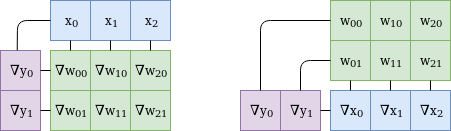
Earlier version of the draw.io export assets/images/fully_conn_backward.png (m-a-h-e/m-a-h-e.github.io). Source tidied: cells renumbered, new cells last; positions are measured from the earlier drawing's top-left corner, leaving out a move shared by most shapes. Source of this version:
```xml
<mxGraphModel>
  <root>
    <mxCell id="0" />
    <mxCell id="1" parent="0" />
    <mxCell id="2" value="x&lt;sub&gt;0&lt;/sub&gt;" style="rounded=0;whiteSpace=wrap;html=1;fillColor=#dae8fc;strokeColor=#6c8ebf;" parent="1" vertex="1">
      <mxGeometry x="50" width="40" height="40" as="geometry" />
    </mxCell>
    <mxCell id="3" value="x&lt;sub&gt;1&lt;/sub&gt;" style="rounded=0;whiteSpace=wrap;html=1;fillColor=#dae8fc;strokeColor=#6c8ebf;" parent="1" vertex="1">
      <mxGeometry x="90" width="40" height="40" as="geometry" />
    </mxCell>
    <mxCell id="4" value="x&lt;sub&gt;2&lt;/sub&gt;" style="rounded=0;whiteSpace=wrap;html=1;fillColor=#dae8fc;strokeColor=#6c8ebf;" parent="1" vertex="1">
      <mxGeometry x="130" width="40" height="40" as="geometry" />
    </mxCell>
    <mxCell id="5" value="&lt;font style=&quot;font-size: 14px&quot;&gt;∇&lt;/font&gt;w&lt;sub&gt;00&lt;/sub&gt;" style="whiteSpace=wrap;html=1;fillColor=#d5e8d4;strokeColor=#82b366;" parent="1" vertex="1">
      <mxGeometry x="50" y="50" width="40" height="40" as="geometry" />
    </mxCell>
    <mxCell id="6" value="&lt;font style=&quot;font-size: 14px&quot;&gt;∇&lt;/font&gt;w&lt;sub&gt;10&lt;/sub&gt;" style="whiteSpace=wrap;html=1;fillColor=#d5e8d4;strokeColor=#82b366;" parent="1" vertex="1">
      <mxGeometry x="90" y="50" width="40" height="40" as="geometry" />
    </mxCell>
    <mxCell id="7" value="&lt;font style=&quot;font-size: 14px&quot;&gt;∇&lt;/font&gt;w&lt;sub&gt;20&lt;/sub&gt;" style="whiteSpace=wrap;html=1;fillColor=#d5e8d4;strokeColor=#82b366;" parent="1" vertex="1">
      <mxGeometry x="130" y="50" width="40" height="40" as="geometry" />
    </mxCell>
    <mxCell id="8" value="&lt;font style=&quot;font-size: 14px&quot;&gt;∇&lt;/font&gt;w&lt;sub&gt;01&lt;/sub&gt;" style="whiteSpace=wrap;html=1;fillColor=#d5e8d4;strokeColor=#82b366;" parent="1" vertex="1">
      <mxGeometry x="50" y="90" width="40" height="40" as="geometry" />
    </mxCell>
    <mxCell id="9" value="&lt;font style=&quot;font-size: 14px&quot;&gt;∇&lt;/font&gt;w&lt;sub&gt;11&lt;/sub&gt;" style="whiteSpace=wrap;html=1;fillColor=#d5e8d4;strokeColor=#82b366;" parent="1" vertex="1">
      <mxGeometry x="90" y="90" width="40" height="40" as="geometry" />
    </mxCell>
    <mxCell id="10" value="&lt;font style=&quot;font-size: 14px&quot;&gt;∇&lt;/font&gt;w&lt;sub&gt;21&lt;/sub&gt;" style="whiteSpace=wrap;html=1;fillColor=#d5e8d4;strokeColor=#82b366;" parent="1" vertex="1">
      <mxGeometry x="130" y="90" width="40" height="40" as="geometry" />
    </mxCell>
    <mxCell id="11" value="&lt;font style=&quot;font-size: 14px&quot;&gt;∇&lt;/font&gt;y&lt;sub&gt;0&lt;/sub&gt;" style="rounded=0;whiteSpace=wrap;html=1;fillColor=#e1d5e7;strokeColor=#9673a6;" parent="1" vertex="1">
      <mxGeometry y="50" width="40" height="40" as="geometry" />
    </mxCell>
    <mxCell id="12" value="&lt;font style=&quot;font-size: 14px&quot;&gt;∇&lt;/font&gt;y&lt;sub&gt;1&lt;/sub&gt;" style="rounded=0;whiteSpace=wrap;html=1;fillColor=#e1d5e7;strokeColor=#9673a6;" parent="1" vertex="1">
      <mxGeometry y="90" width="40" height="40" as="geometry" />
    </mxCell>
    <mxCell id="13" style="endArrow=none;html=1;entryX=0;entryY=0.5;entryDx=0;entryDy=0;exitX=1;exitY=0.5;exitDx=0;exitDy=0;" parent="1" edge="1" source="11" target="5">
      <mxGeometry relative="1" as="geometry" />
    </mxCell>
    <mxCell id="14" style="endArrow=none;html=1;entryX=0;entryY=0.5;entryDx=0;entryDy=0;exitX=1;exitY=0.5;exitDx=0;exitDy=0;" parent="1" edge="1" source="12" target="8">
      <mxGeometry relative="1" as="geometry" />
    </mxCell>
    <mxCell id="15" style="endArrow=none;html=1;entryX=0.5;entryY=1;entryDx=0;entryDy=0;exitX=0.5;exitY=0;exitDx=0;exitDy=0;" parent="1" edge="1" source="5" target="2">
      <mxGeometry relative="1" as="geometry" />
    </mxCell>
    <mxCell id="16" style="endArrow=none;html=1;entryX=0.5;entryY=1;entryDx=0;entryDy=0;exitX=0.5;exitY=0;exitDx=0;exitDy=0;" parent="1" edge="1" source="6" target="3">
      <mxGeometry relative="1" as="geometry" />
    </mxCell>
    <mxCell id="17" style="endArrow=none;html=1;entryX=0.5;entryY=1;entryDx=0;entryDy=0;exitX=0.5;exitY=0;exitDx=0;exitDy=0;" parent="1" edge="1" source="7" target="4">
      <mxGeometry relative="1" as="geometry" />
    </mxCell>
    <mxCell id="18" value="&lt;font style=&quot;font-size: 14px&quot;&gt;∇&lt;/font&gt;x&lt;sub&gt;0&lt;/sub&gt;" style="rounded=0;whiteSpace=wrap;html=1;fillColor=#dae8fc;strokeColor=#6c8ebf;" parent="1" vertex="1">
      <mxGeometry x="330" y="90" width="40" height="40" as="geometry" />
    </mxCell>
    <mxCell id="19" value="&lt;font style=&quot;font-size: 14px&quot;&gt;∇&lt;/font&gt;x&lt;sub&gt;1&lt;/sub&gt;" style="rounded=0;whiteSpace=wrap;html=1;fillColor=#dae8fc;strokeColor=#6c8ebf;" parent="1" vertex="1">
      <mxGeometry x="370" y="90" width="40" height="40" as="geometry" />
    </mxCell>
    <mxCell id="20" value="&lt;font style=&quot;font-size: 14px&quot;&gt;∇&lt;/font&gt;x&lt;sub&gt;2&lt;/sub&gt;" style="rounded=0;whiteSpace=wrap;html=1;fillColor=#dae8fc;strokeColor=#6c8ebf;" parent="1" vertex="1">
      <mxGeometry x="410" y="90" width="40" height="40" as="geometry" />
    </mxCell>
    <mxCell id="21" value="w&lt;sub&gt;00&lt;/sub&gt;" style="whiteSpace=wrap;html=1;fillColor=#d5e8d4;strokeColor=#82b366;" parent="1" vertex="1">
      <mxGeometry x="330" width="40" height="40" as="geometry" />
    </mxCell>
    <mxCell id="22" value="w&lt;sub&gt;10&lt;/sub&gt;" style="whiteSpace=wrap;html=1;fillColor=#d5e8d4;strokeColor=#82b366;" parent="1" vertex="1">
      <mxGeometry x="370" width="40" height="40" as="geometry" />
    </mxCell>
    <mxCell id="23" value="w&lt;sub&gt;20&lt;/sub&gt;" style="whiteSpace=wrap;html=1;fillColor=#d5e8d4;strokeColor=#82b366;" parent="1" vertex="1">
      <mxGeometry x="410" width="40" height="40" as="geometry" />
    </mxCell>
    <mxCell id="24" value="w&lt;sub&gt;01&lt;/sub&gt;" style="whiteSpace=wrap;html=1;fillColor=#d5e8d4;strokeColor=#82b366;" parent="1" vertex="1">
      <mxGeometry x="330" y="40" width="40" height="40" as="geometry" />
    </mxCell>
    <mxCell id="25" value="w&lt;sub&gt;11&lt;/sub&gt;" style="whiteSpace=wrap;html=1;fillColor=#d5e8d4;strokeColor=#82b366;" parent="1" vertex="1">
      <mxGeometry x="370" y="40" width="40" height="40" as="geometry" />
    </mxCell>
    <mxCell id="26" value="w&lt;sub&gt;21&lt;/sub&gt;" style="whiteSpace=wrap;html=1;fillColor=#d5e8d4;strokeColor=#82b366;" parent="1" vertex="1">
      <mxGeometry x="410" y="40" width="40" height="40" as="geometry" />
    </mxCell>
    <mxCell id="27" value="&lt;font style=&quot;font-size: 14px&quot;&gt;∇&lt;/font&gt;y&lt;sub&gt;0&lt;/sub&gt;" style="rounded=0;whiteSpace=wrap;html=1;fillColor=#e1d5e7;strokeColor=#9673a6;" parent="1" vertex="1">
      <mxGeometry x="240" y="90" width="40" height="40" as="geometry" />
    </mxCell>
    <mxCell id="28" value="&lt;font style=&quot;font-size: 14px&quot;&gt;∇&lt;/font&gt;y&lt;sub&gt;1&lt;/sub&gt;" style="rounded=0;whiteSpace=wrap;html=1;fillColor=#e1d5e7;strokeColor=#9673a6;" parent="1" vertex="1">
      <mxGeometry x="280" y="90" width="40" height="40" as="geometry" />
    </mxCell>
    <mxCell id="29" style="endArrow=none;html=1;entryX=0;entryY=0.5;entryDx=0;entryDy=0;exitX=1;exitY=0.5;exitDx=0;exitDy=0;" parent="1" edge="1" source="28" target="18">
      <mxGeometry relative="1" as="geometry" />
    </mxCell>
    <mxCell id="30" style="endArrow=none;html=1;entryX=0.5;entryY=1;entryDx=0;entryDy=0;exitX=0.5;exitY=0;exitDx=0;exitDy=0;" parent="1" edge="1" source="18" target="24">
      <mxGeometry relative="1" as="geometry" />
    </mxCell>
    <mxCell id="31" style="endArrow=none;html=1;entryX=0.5;entryY=1;entryDx=0;entryDy=0;exitX=0.5;exitY=0;exitDx=0;exitDy=0;" parent="1" edge="1" source="19" target="25">
      <mxGeometry relative="1" as="geometry" />
    </mxCell>
    <mxCell id="32" style="endArrow=none;html=1;entryX=0.5;entryY=1;entryDx=0;entryDy=0;exitX=0.5;exitY=0;exitDx=0;exitDy=0;" parent="1" edge="1" source="20" target="26">
      <mxGeometry relative="1" as="geometry" />
    </mxCell>
    <mxCell id="33" style="endArrow=none;html=1;entryX=0;entryY=0.5;entryDx=0;entryDy=0;exitX=0.5;exitY=0;exitDx=0;exitDy=0;" parent="1" edge="1" source="27" target="21">
      <mxGeometry relative="1" as="geometry">
        <Array as="points">
          <mxPoint x="260" y="20" />
        </Array>
      </mxGeometry>
    </mxCell>
    <mxCell id="34" style="endArrow=none;html=1;entryX=0;entryY=0.5;entryDx=0;entryDy=0;exitX=0.5;exitY=0;exitDx=0;exitDy=0;" parent="1" edge="1" source="28" target="24">
      <mxGeometry relative="1" as="geometry">
        <Array as="points">
          <mxPoint x="300" y="60" />
        </Array>
      </mxGeometry>
    </mxCell>
    <mxCell id="35" style="endArrow=none;html=1;entryX=0;entryY=0.5;entryDx=0;entryDy=0;exitX=0.418;exitY=-0.004;exitDx=0;exitDy=0;exitPerimeter=0;" parent="1" edge="1" source="11" target="2">
      <mxGeometry relative="1" as="geometry">
        <Array as="points">
          <mxPoint x="17" y="20" />
        </Array>
      </mxGeometry>
    </mxCell>
  </root>
</mxGraphModel>
```
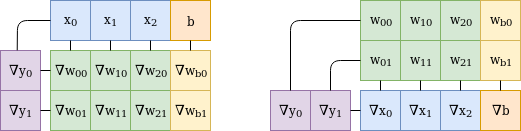
The same file after the commit.

Change to the diagram source:
```diff
@@ -51,37 +51,37 @@
       <mxGeometry relative="1" as="geometry" />
     </mxCell>
     <mxCell id="18" value="&lt;font style=&quot;font-size: 14px&quot;&gt;∇&lt;/font&gt;x&lt;sub&gt;0&lt;/sub&gt;" style="rounded=0;whiteSpace=wrap;html=1;fillColor=#dae8fc;strokeColor=#6c8ebf;" parent="1" vertex="1">
-      <mxGeometry x="330" y="90" width="40" height="40" as="geometry" />
+      <mxGeometry x="360" y="90" width="40" height="40" as="geometry" />
     </mxCell>
     <mxCell id="19" value="&lt;font style=&quot;font-size: 14px&quot;&gt;∇&lt;/font&gt;x&lt;sub&gt;1&lt;/sub&gt;" style="rounded=0;whiteSpace=wrap;html=1;fillColor=#dae8fc;strokeColor=#6c8ebf;" parent="1" vertex="1">
-      <mxGeometry x="370" y="90" width="40" height="40" as="geometry" />
+      <mxGeometry x="400" y="90" width="40" height="40" as="geometry" />
     </mxCell>
     <mxCell id="20" value="&lt;font style=&quot;font-size: 14px&quot;&gt;∇&lt;/font&gt;x&lt;sub&gt;2&lt;/sub&gt;" style="rounded=0;whiteSpace=wrap;html=1;fillColor=#dae8fc;strokeColor=#6c8ebf;" parent="1" vertex="1">
-      <mxGeometry x="410" y="90" width="40" height="40" as="geometry" />
+      <mxGeometry x="440" y="90" width="40" height="40" as="geometry" />
     </mxCell>
     <mxCell id="21" value="w&lt;sub&gt;00&lt;/sub&gt;" style="whiteSpace=wrap;html=1;fillColor=#d5e8d4;strokeColor=#82b366;" parent="1" vertex="1">
-      <mxGeometry x="330" width="40" height="40" as="geometry" />
+      <mxGeometry x="360" width="40" height="40" as="geometry" />
     </mxCell>
     <mxCell id="22" value="w&lt;sub&gt;10&lt;/sub&gt;" style="whiteSpace=wrap;html=1;fillColor=#d5e8d4;strokeColor=#82b366;" parent="1" vertex="1">
-      <mxGeometry x="370" width="40" height="40" as="geometry" />
+      <mxGeometry x="400" width="40" height="40" as="geometry" />
     </mxCell>
     <mxCell id="23" value="w&lt;sub&gt;20&lt;/sub&gt;" style="whiteSpace=wrap;html=1;fillColor=#d5e8d4;strokeColor=#82b366;" parent="1" vertex="1">
-      <mxGeometry x="410" width="40" height="40" as="geometry" />
+      <mxGeometry x="440" width="40" height="40" as="geometry" />
     </mxCell>
     <mxCell id="24" value="w&lt;sub&gt;01&lt;/sub&gt;" style="whiteSpace=wrap;html=1;fillColor=#d5e8d4;strokeColor=#82b366;" parent="1" vertex="1">
-      <mxGeometry x="330" y="40" width="40" height="40" as="geometry" />
+      <mxGeometry x="360" y="40" width="40" height="40" as="geometry" />
     </mxCell>
     <mxCell id="25" value="w&lt;sub&gt;11&lt;/sub&gt;" style="whiteSpace=wrap;html=1;fillColor=#d5e8d4;strokeColor=#82b366;" parent="1" vertex="1">
-      <mxGeometry x="370" y="40" width="40" height="40" as="geometry" />
+      <mxGeometry x="400" y="40" width="40" height="40" as="geometry" />
     </mxCell>
     <mxCell id="26" value="w&lt;sub&gt;21&lt;/sub&gt;" style="whiteSpace=wrap;html=1;fillColor=#d5e8d4;strokeColor=#82b366;" parent="1" vertex="1">
-      <mxGeometry x="410" y="40" width="40" height="40" as="geometry" />
+      <mxGeometry x="440" y="40" width="40" height="40" as="geometry" />
     </mxCell>
     <mxCell id="27" value="&lt;font style=&quot;font-size: 14px&quot;&gt;∇&lt;/font&gt;y&lt;sub&gt;0&lt;/sub&gt;" style="rounded=0;whiteSpace=wrap;html=1;fillColor=#e1d5e7;strokeColor=#9673a6;" parent="1" vertex="1">
-      <mxGeometry x="240" y="90" width="40" height="40" as="geometry" />
+      <mxGeometry x="270" y="90" width="40" height="40" as="geometry" />
     </mxCell>
     <mxCell id="28" value="&lt;font style=&quot;font-size: 14px&quot;&gt;∇&lt;/font&gt;y&lt;sub&gt;1&lt;/sub&gt;" style="rounded=0;whiteSpace=wrap;html=1;fillColor=#e1d5e7;strokeColor=#9673a6;" parent="1" vertex="1">
-      <mxGeometry x="280" y="90" width="40" height="40" as="geometry" />
+      <mxGeometry x="310" y="90" width="40" height="40" as="geometry" />
     </mxCell>
     <mxCell id="29" style="endArrow=none;html=1;entryX=0;entryY=0.5;entryDx=0;entryDy=0;exitX=1;exitY=0.5;exitDx=0;exitDy=0;" parent="1" edge="1" source="28" target="18">
       <mxGeometry relative="1" as="geometry" />
@@ -98,14 +98,14 @@
     <mxCell id="33" style="endArrow=none;html=1;entryX=0;entryY=0.5;entryDx=0;entryDy=0;exitX=0.5;exitY=0;exitDx=0;exitDy=0;" parent="1" edge="1" source="27" target="21">
       <mxGeometry relative="1" as="geometry">
         <Array as="points">
-          <mxPoint x="260" y="20" />
+          <mxPoint x="290" y="20" />
         </Array>
       </mxGeometry>
     </mxCell>
     <mxCell id="34" style="endArrow=none;html=1;entryX=0;entryY=0.5;entryDx=0;entryDy=0;exitX=0.5;exitY=0;exitDx=0;exitDy=0;" parent="1" edge="1" source="28" target="24">
       <mxGeometry relative="1" as="geometry">
         <Array as="points">
-          <mxPoint x="300" y="60" />
+          <mxPoint x="330" y="60" />
         </Array>
       </mxGeometry>
     </mxCell>
@@ -116,5 +116,29 @@
         </Array>
       </mxGeometry>
     </mxCell>
+    <mxCell id="36" value="b" style="rounded=0;whiteSpace=wrap;html=1;fillColor=#ffe6cc;strokeColor=#d79b00;" parent="1" vertex="1">
+      <mxGeometry x="170" width="40" height="40" as="geometry" />
+    </mxCell>
+    <mxCell id="37" value="&lt;font style=&quot;font-size: 14px&quot;&gt;∇&lt;/font&gt;w&lt;sub&gt;b0&lt;/sub&gt;" style="whiteSpace=wrap;html=1;fillColor=#fff2cc;strokeColor=#d6b656;" parent="1" vertex="1">
+      <mxGeometry x="170" y="50" width="40" height="40" as="geometry" />
+    </mxCell>
+    <mxCell id="38" value="&lt;font style=&quot;font-size: 14px&quot;&gt;∇&lt;/font&gt;w&lt;sub&gt;b1&lt;/sub&gt;" style="whiteSpace=wrap;html=1;fillColor=#fff2cc;strokeColor=#d6b656;" parent="1" vertex="1">
+      <mxGeometry x="170" y="90" width="40" height="40" as="geometry" />
+    </mxCell>
+    <mxCell id="39" style="endArrow=none;html=1;entryX=0.5;entryY=1;entryDx=0;entryDy=0;exitX=0.5;exitY=0;exitDx=0;exitDy=0;" parent="1" edge="1" source="37" target="36">
+      <mxGeometry relative="1" as="geometry" />
+    </mxCell>
+    <mxCell id="40" value="&lt;font style=&quot;font-size: 14px&quot;&gt;∇&lt;/font&gt;b" style="rounded=0;whiteSpace=wrap;html=1;fillColor=#ffe6cc;strokeColor=#d79b00;" parent="1" vertex="1">
+      <mxGeometry x="480" y="90" width="40" height="40" as="geometry" />
+    </mxCell>
+    <mxCell id="41" value="w&lt;sub&gt;b0&lt;/sub&gt;" style="whiteSpace=wrap;html=1;fillColor=#fff2cc;strokeColor=#d6b656;" parent="1" vertex="1">
+      <mxGeometry x="480" width="40" height="40" as="geometry" />
+    </mxCell>
+    <mxCell id="42" value="w&lt;sub&gt;b1&lt;/sub&gt;" style="whiteSpace=wrap;html=1;fillColor=#fff2cc;strokeColor=#d6b656;" parent="1" vertex="1">
+      <mxGeometry x="480" y="40" width="40" height="40" as="geometry" />
+    </mxCell>
+    <mxCell id="43" style="endArrow=none;html=1;entryX=0.5;entryY=1;entryDx=0;entryDy=0;exitX=0.5;exitY=0;exitDx=0;exitDy=0;" parent="1" edge="1" source="40" target="42">
+      <mxGeometry relative="1" as="geometry" />
+    </mxCell>
   </root>
 </mxGraphModel>
```
